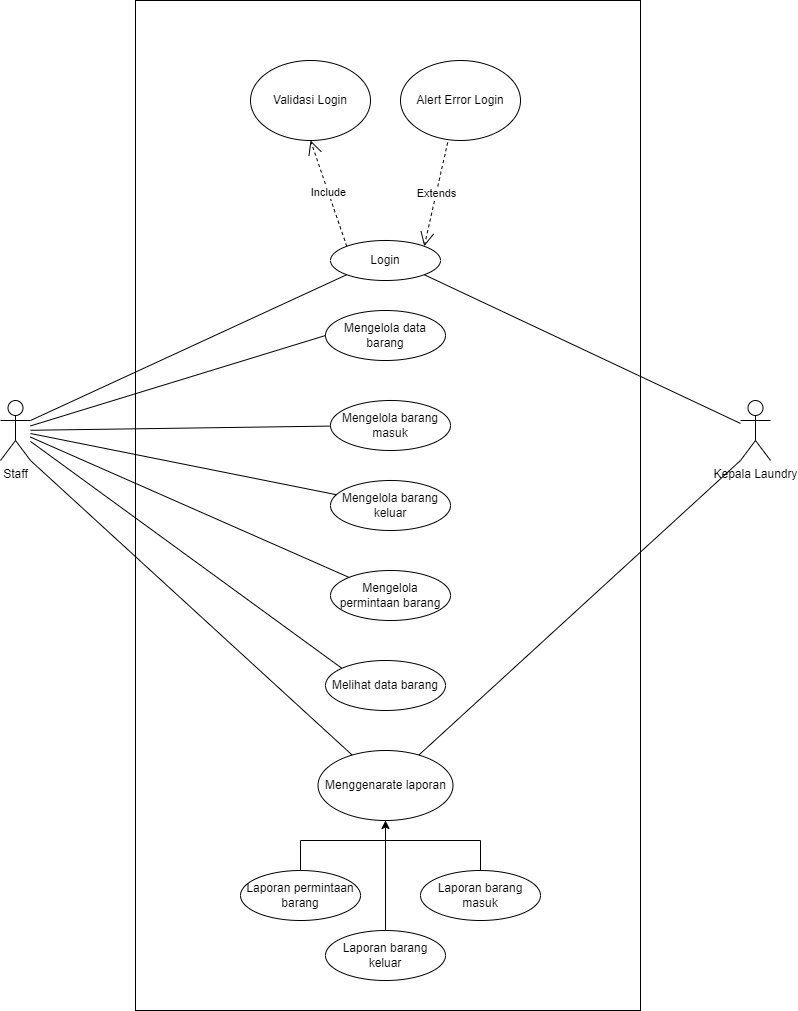
lutfiainnun/Kelompok6 keeps this draw.io diagram as Image SRS/use case.png. Above is the earlier version. Source tidied: cells renumbered, new cells last; positions are measured from the earlier drawing's top-left corner, leaving out a move shared by most shapes. Source of this version:
```xml
<mxGraphModel>
  <root>
    <mxCell id="0" />
    <mxCell id="1" parent="0" />
    <mxCell id="2" style="rounded=0;whiteSpace=wrap;html=1;" parent="1" vertex="1">
      <mxGeometry x="135" width="505" height="1010" as="geometry" />
    </mxCell>
    <mxCell id="3" value="Login" style="ellipse;whiteSpace=wrap;html=1;" parent="1" vertex="1">
      <mxGeometry x="330" y="240" width="110" height="40" as="geometry" />
    </mxCell>
    <mxCell id="4" value="Mengelola data barang" style="ellipse;whiteSpace=wrap;html=1;" parent="1" vertex="1">
      <mxGeometry x="325" y="310" width="120" height="50" as="geometry" />
    </mxCell>
    <mxCell id="5" value="Mengelola barang masuk" style="ellipse;whiteSpace=wrap;html=1;" parent="1" vertex="1">
      <mxGeometry x="330" y="400" width="120" height="50" as="geometry" />
    </mxCell>
    <mxCell id="6" value="Mengelola barang keluar" style="ellipse;whiteSpace=wrap;html=1;" parent="1" vertex="1">
      <mxGeometry x="330" y="480" width="120" height="50" as="geometry" />
    </mxCell>
    <mxCell id="7" value="Staff" style="shape=umlActor;verticalLabelPosition=bottom;verticalAlign=top;html=1;outlineConnect=0;" parent="1" vertex="1">
      <mxGeometry y="400" width="30" height="60" as="geometry" />
    </mxCell>
    <mxCell id="8" value="Kepala Laundry" style="shape=umlActor;verticalLabelPosition=bottom;verticalAlign=top;html=1;outlineConnect=0;" parent="1" vertex="1">
      <mxGeometry x="740" y="400" width="30" height="60" as="geometry" />
    </mxCell>
    <mxCell id="9" value="Mengelola permintaan barang" style="ellipse;whiteSpace=wrap;html=1;" parent="1" vertex="1">
      <mxGeometry x="330" y="570" width="120" height="50" as="geometry" />
    </mxCell>
    <mxCell id="10" value="Melihat data barang" style="ellipse;whiteSpace=wrap;html=1;" parent="1" vertex="1">
      <mxGeometry x="325" y="660" width="120" height="50" as="geometry" />
    </mxCell>
    <mxCell id="11" value="Menggenarate laporan" style="ellipse;whiteSpace=wrap;html=1;" parent="1" vertex="1">
      <mxGeometry x="317.5" y="750" width="135" height="70" as="geometry" />
    </mxCell>
    <mxCell id="12" value="Laporan barang masuk" style="ellipse;whiteSpace=wrap;html=1;" parent="1" vertex="1">
      <mxGeometry x="420" y="870" width="120" height="50" as="geometry" />
    </mxCell>
    <mxCell id="13" value="Laporan barang keluar" style="ellipse;whiteSpace=wrap;html=1;" parent="1" vertex="1">
      <mxGeometry x="325" y="930" width="120" height="50" as="geometry" />
    </mxCell>
    <mxCell id="14" value="Laporan permintaan barang" style="ellipse;whiteSpace=wrap;html=1;" parent="1" vertex="1">
      <mxGeometry x="240" y="870" width="120" height="50" as="geometry" />
    </mxCell>
    <mxCell id="15" value="Validasi Login" style="ellipse;whiteSpace=wrap;html=1;" parent="1" vertex="1">
      <mxGeometry x="250" y="60" width="120" height="80" as="geometry" />
    </mxCell>
    <mxCell id="16" value="Alert Error Login" style="ellipse;whiteSpace=wrap;html=1;" parent="1" vertex="1">
      <mxGeometry x="400" y="60" width="120" height="80" as="geometry" />
    </mxCell>
    <mxCell id="17" value="Include" style="endArrow=open;endSize=12;dashed=1;html=1;rounded=0;exitX=0;exitY=0;exitDx=0;exitDy=0;entryX=0.5;entryY=1;entryDx=0;entryDy=0;" parent="1" edge="1" source="3" target="15">
      <mxGeometry relative="1" as="geometry" />
    </mxCell>
    <mxCell id="18" value="Extends" style="endArrow=open;endSize=12;dashed=1;html=1;rounded=0;exitX=0.393;exitY=1.025;exitDx=0;exitDy=0;exitPerimeter=0;entryX=1;entryY=0;entryDx=0;entryDy=0;" parent="1" edge="1" source="16" target="3">
      <mxGeometry relative="1" as="geometry" />
    </mxCell>
    <mxCell id="19" style="endArrow=none;html=1;rounded=0;exitX=1;exitY=0.3333333333333333;exitDx=0;exitDy=0;exitPerimeter=0;entryX=0;entryY=1;entryDx=0;entryDy=0;" parent="1" edge="1" source="7" target="3">
      <mxGeometry relative="1" as="geometry" />
    </mxCell>
    <mxCell id="20" style="endArrow=none;html=1;rounded=0;entryX=0;entryY=0.5;entryDx=0;entryDy=0;" parent="1" edge="1" source="7" target="4">
      <mxGeometry relative="1" as="geometry" />
    </mxCell>
    <mxCell id="21" style="endArrow=none;html=1;rounded=0;" parent="1" edge="1" source="7" target="5">
      <mxGeometry relative="1" as="geometry" />
    </mxCell>
    <mxCell id="22" style="endArrow=none;html=1;rounded=0;" parent="1" edge="1" source="7" target="6">
      <mxGeometry relative="1" as="geometry" />
    </mxCell>
    <mxCell id="23" style="endArrow=none;html=1;rounded=0;" parent="1" edge="1" source="7" target="9">
      <mxGeometry relative="1" as="geometry" />
    </mxCell>
    <mxCell id="24" style="endArrow=none;html=1;rounded=0;entryX=0;entryY=0;entryDx=0;entryDy=0;" parent="1" edge="1" source="7" target="10">
      <mxGeometry relative="1" as="geometry" />
    </mxCell>
    <mxCell id="25" style="endArrow=none;html=1;rounded=0;exitX=1;exitY=1;exitDx=0;exitDy=0;exitPerimeter=0;" parent="1" edge="1" source="7" target="11">
      <mxGeometry relative="1" as="geometry" />
    </mxCell>
    <mxCell id="26" style="endArrow=none;html=1;rounded=0;exitX=1;exitY=1;exitDx=0;exitDy=0;" parent="1" edge="1" source="3" target="8">
      <mxGeometry relative="1" as="geometry" />
    </mxCell>
    <mxCell id="27" style="endArrow=none;html=1;rounded=0;entryX=0;entryY=1;entryDx=0;entryDy=0;entryPerimeter=0;" parent="1" edge="1" source="11" target="8">
      <mxGeometry relative="1" as="geometry" />
    </mxCell>
    <mxCell id="28" style="endArrow=classic;html=1;rounded=0;entryX=0.5;entryY=1;entryDx=0;entryDy=0;exitX=0.5;exitY=0;exitDx=0;exitDy=0;" parent="1" edge="1" source="14" target="11">
      <mxGeometry relative="1" as="geometry">
        <Array as="points">
          <mxPoint x="300" y="840" />
          <mxPoint x="385" y="840" />
        </Array>
      </mxGeometry>
    </mxCell>
    <mxCell id="29" style="endArrow=none;html=1;rounded=0;entryX=0.5;entryY=1;entryDx=0;entryDy=0;exitX=0.5;exitY=0;exitDx=0;exitDy=0;" parent="1" edge="1" source="13" target="11">
      <mxGeometry relative="1" as="geometry" />
    </mxCell>
    <mxCell id="30" style="endArrow=none;html=1;rounded=0;exitX=0.5;exitY=1;exitDx=0;exitDy=0;entryX=0.5;entryY=0;entryDx=0;entryDy=0;" parent="1" edge="1" source="11" target="12">
      <mxGeometry relative="1" as="geometry">
        <Array as="points">
          <mxPoint x="385" y="840" />
          <mxPoint x="480" y="840" />
        </Array>
      </mxGeometry>
    </mxCell>
  </root>
</mxGraphModel>
```
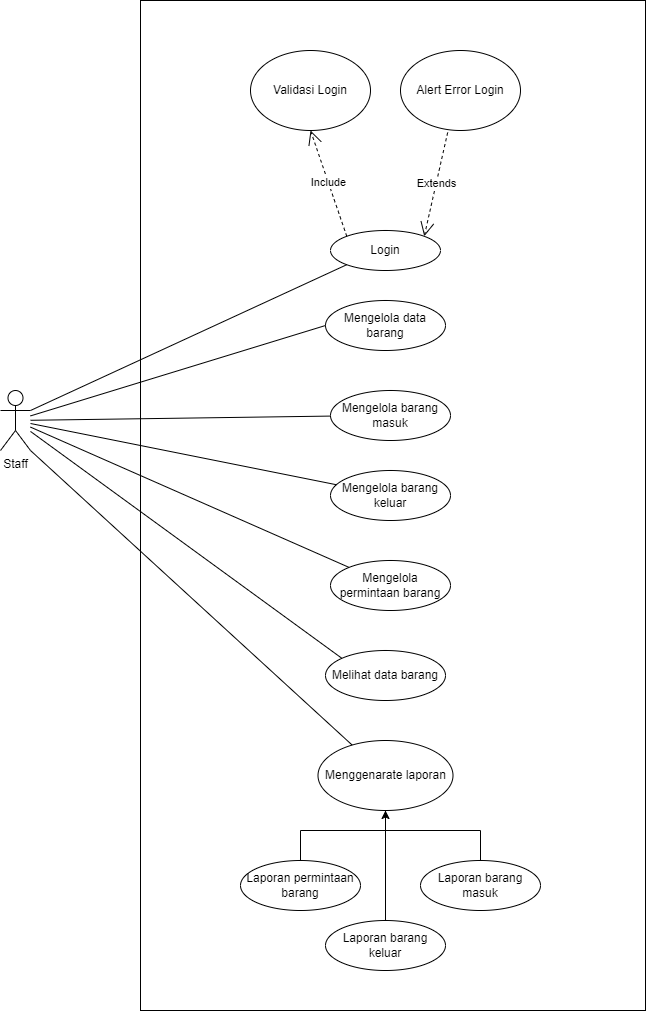
Later version of the same file.

The edit, as a diff of the source:
```diff
@@ -3,7 +3,7 @@
     <mxCell id="0" />
     <mxCell id="1" parent="0" />
     <mxCell id="2" style="rounded=0;whiteSpace=wrap;html=1;" parent="1" vertex="1">
-      <mxGeometry x="135" width="505" height="1010" as="geometry" />
+      <mxGeometry x="140" y="10" width="505" height="1010" as="geometry" />
     </mxCell>
     <mxCell id="3" value="Login" style="ellipse;whiteSpace=wrap;html=1;" parent="1" vertex="1">
       <mxGeometry x="330" y="240" width="110" height="40" as="geometry" />
@@ -20,9 +20,6 @@
     <mxCell id="7" value="Staff" style="shape=umlActor;verticalLabelPosition=bottom;verticalAlign=top;html=1;outlineConnect=0;" parent="1" vertex="1">
       <mxGeometry y="400" width="30" height="60" as="geometry" />
     </mxCell>
-    <mxCell id="8" value="Kepala Laundry" style="shape=umlActor;verticalLabelPosition=bottom;verticalAlign=top;html=1;outlineConnect=0;" parent="1" vertex="1">
-      <mxGeometry x="740" y="400" width="30" height="60" as="geometry" />
-    </mxCell>
     <mxCell id="9" value="Mengelola permintaan barang" style="ellipse;whiteSpace=wrap;html=1;" parent="1" vertex="1">
       <mxGeometry x="330" y="570" width="120" height="50" as="geometry" />
     </mxCell>
@@ -74,12 +71,6 @@
     <mxCell id="25" style="endArrow=none;html=1;rounded=0;exitX=1;exitY=1;exitDx=0;exitDy=0;exitPerimeter=0;" parent="1" edge="1" source="7" target="11">
       <mxGeometry relative="1" as="geometry" />
     </mxCell>
-    <mxCell id="26" style="endArrow=none;html=1;rounded=0;exitX=1;exitY=1;exitDx=0;exitDy=0;" parent="1" edge="1" source="3" target="8">
-      <mxGeometry relative="1" as="geometry" />
-    </mxCell>
-    <mxCell id="27" style="endArrow=none;html=1;rounded=0;entryX=0;entryY=1;entryDx=0;entryDy=0;entryPerimeter=0;" parent="1" edge="1" source="11" target="8">
-      <mxGeometry relative="1" as="geometry" />
-    </mxCell>
     <mxCell id="28" style="endArrow=classic;html=1;rounded=0;entryX=0.5;entryY=1;entryDx=0;entryDy=0;exitX=0.5;exitY=0;exitDx=0;exitDy=0;" parent="1" edge="1" source="14" target="11">
       <mxGeometry relative="1" as="geometry">
         <Array as="points">
```
